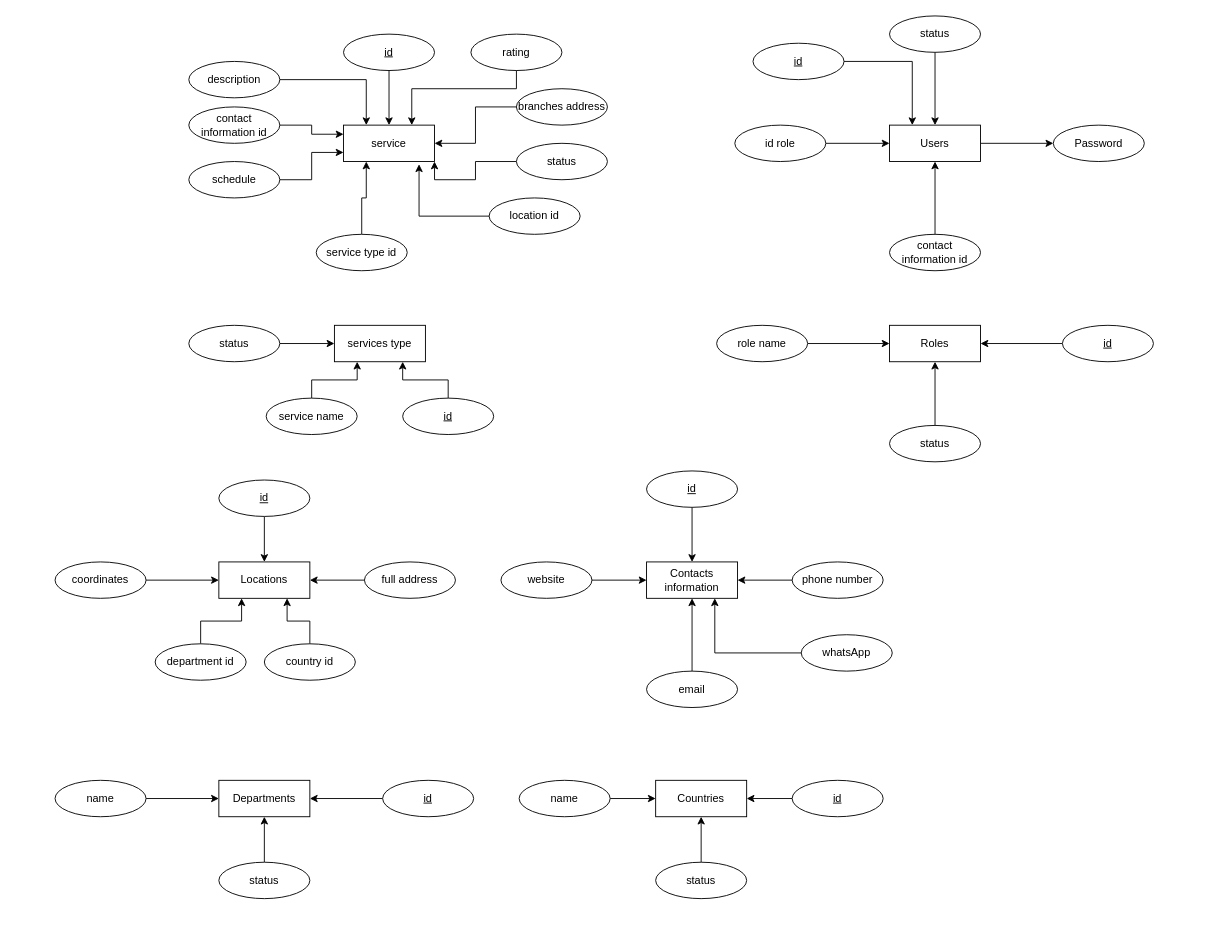
Before: caminoDiagrams/Untitled Diagram.drawio in DrDaxter/diagrams, a draw.io diagram. Source tidied: cells renumbered, new cells numbered last; positions are measured from the earlier drawing's top-left corner, leaving out a move shared by most shapes. Both pictures are drawn from the tidied source at 91%, with x=0, y=0 at pixel (55, 15).
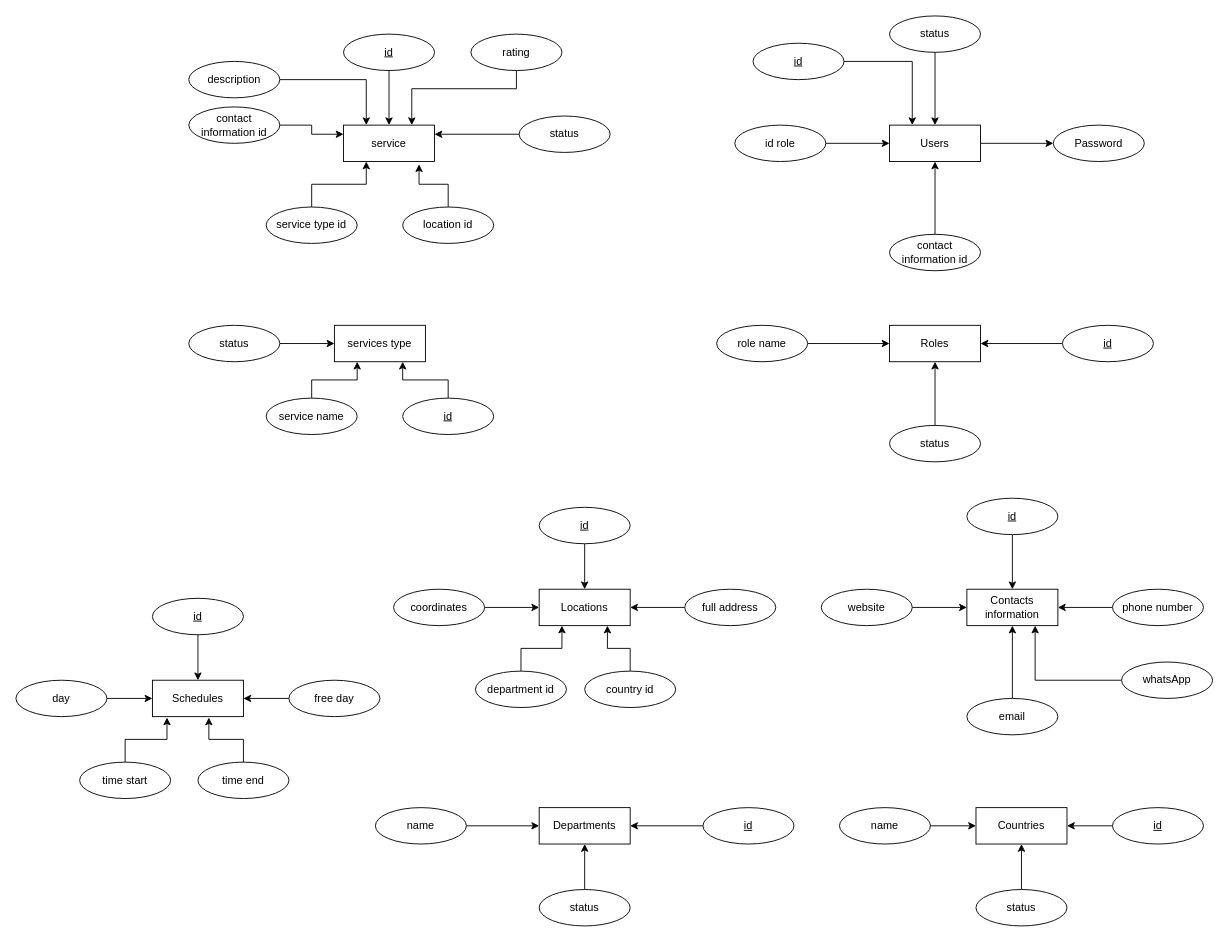
The same diagram, later.

The change refers to these unchanged cells:
```xml
<mxCell id="2" value="service" style="whiteSpace=wrap;html=1;align=center;" parent="1" vertex="1">
  <mxGeometry x="317" y="120" width="100" height="40" as="geometry" />
</mxCell>
```

The edit, as a diff of the source:
```diff
@@
-    <mxCell id="4" style="edgeStyle=orthogonalEdgeStyle;rounded=0;jettySize=auto;html=1;entryX=1;entryY=0.5;entryDx=0;entryDy=0;" parent="1" edge="1" source="5" target="2">
-      <mxGeometry relative="1" as="geometry" />
-    </mxCell>
-    <mxCell id="5" value="branches address" style="ellipse;whiteSpace=wrap;html=1;align=center;" parent="1" vertex="1">
-      <mxGeometry x="507" y="80" width="100" height="40" as="geometry" />
-    </mxCell>
@@
-    <mxCell id="10" style="edgeStyle=orthogonalEdgeStyle;rounded=0;jettySize=auto;html=1;entryX=0;entryY=0.75;entryDx=0;entryDy=0;" parent="1" edge="1" source="11" target="2">
-      <mxGeometry relative="1" as="geometry" />
-    </mxCell>
-    <mxCell id="11" value="schedule" style="ellipse;whiteSpace=wrap;html=1;align=center;" parent="1" vertex="1">
-      <mxGeometry x="147" y="160" width="100" height="40" as="geometry" />
-    </mxCell>
@@
     <mxCell id="21" value="location id" style="ellipse;whiteSpace=wrap;html=1;align=center;" parent="1" vertex="1">
-      <mxGeometry x="477" y="200" width="100" height="40" as="geometry" />
+      <mxGeometry x="382" y="210" width="100" height="40" as="geometry" />
     </mxCell>
@@
     <mxCell id="24" value="service type id" style="ellipse;whiteSpace=wrap;html=1;align=center;" parent="1" vertex="1">
-      <mxGeometry x="287" y="240" width="100" height="40" as="geometry" />
+      <mxGeometry x="232" y="210" width="100" height="40" as="geometry" />
     </mxCell>
-    <mxCell id="25" style="edgeStyle=orthogonalEdgeStyle;rounded=0;jettySize=auto;html=1;entryX=1;entryY=1;entryDx=0;entryDy=0;" parent="1" edge="1" source="26" target="2">
+    <mxCell id="25" style="edgeStyle=orthogonalEdgeStyle;rounded=0;jettySize=auto;html=1;entryX=1;entryY=0.25;entryDx=0;entryDy=0;" parent="1" edge="1" source="26" target="2">
       <mxGeometry relative="1" as="geometry" />
     </mxCell>
     <mxCell id="26" value="status" style="ellipse;whiteSpace=wrap;html=1;align=center;" parent="1" vertex="1">
-      <mxGeometry x="507" y="140" width="100" height="40" as="geometry" />
+      <mxGeometry x="510" y="110" width="100" height="40" as="geometry" />
     </mxCell>
@@
     <mxCell id="47" value="Contacts information" style="whiteSpace=wrap;html=1;align=center;" parent="1" vertex="1">
-      <mxGeometry x="650" y="600" width="100" height="40" as="geometry" />
+      <mxGeometry x="1002" y="630" width="100" height="40" as="geometry" />
     </mxCell>
@@
     <mxCell id="49" value="id" style="ellipse;whiteSpace=wrap;html=1;align=center;fontStyle=4;" parent="1" vertex="1">
-      <mxGeometry x="650" y="500" width="100" height="40" as="geometry" />
+      <mxGeometry x="1002" y="530" width="100" height="40" as="geometry" />
     </mxCell>
@@
     <mxCell id="51" value="email" style="ellipse;whiteSpace=wrap;html=1;align=center;" parent="1" vertex="1">
-      <mxGeometry x="650" y="720" width="100" height="40" as="geometry" />
+      <mxGeometry x="1002" y="750" width="100" height="40" as="geometry" />
     </mxCell>
@@
     <mxCell id="53" value="phone number" style="ellipse;whiteSpace=wrap;html=1;align=center;" parent="1" vertex="1">
-      <mxGeometry x="810" y="600" width="100" height="40" as="geometry" />
+      <mxGeometry x="1162" y="630" width="100" height="40" as="geometry" />
     </mxCell>
@@
     <mxCell id="55" value="whatsApp" style="ellipse;whiteSpace=wrap;html=1;align=center;" parent="1" vertex="1">
-      <mxGeometry x="820" y="680" width="100" height="40" as="geometry" />
+      <mxGeometry x="1172" y="710" width="100" height="40" as="geometry" />
     </mxCell>
@@
     <mxCell id="57" value="website" style="ellipse;whiteSpace=wrap;html=1;align=center;" parent="1" vertex="1">
-      <mxGeometry x="490" y="600" width="100" height="40" as="geometry" />
+      <mxGeometry x="842" y="630" width="100" height="40" as="geometry" />
     </mxCell>
     <mxCell id="58" value="Locations" style="whiteSpace=wrap;html=1;align=center;" parent="1" vertex="1">
-      <mxGeometry x="180" y="600" width="100" height="40" as="geometry" />
+      <mxGeometry x="532" y="630" width="100" height="40" as="geometry" />
     </mxCell>
@@
     <mxCell id="60" value="full address" style="ellipse;whiteSpace=wrap;html=1;align=center;" parent="1" vertex="1">
-      <mxGeometry x="340" y="600" width="100" height="40" as="geometry" />
+      <mxGeometry x="692" y="630" width="100" height="40" as="geometry" />
     </mxCell>
@@
     <mxCell id="62" value="id" style="ellipse;whiteSpace=wrap;html=1;align=center;fontStyle=4;" parent="1" vertex="1">
-      <mxGeometry x="180" y="510" width="100" height="40" as="geometry" />
+      <mxGeometry x="532" y="540" width="100" height="40" as="geometry" />
     </mxCell>
@@
     <mxCell id="64" value="coordinates" style="ellipse;whiteSpace=wrap;html=1;align=center;" parent="1" vertex="1">
-      <mxGeometry y="600" width="100" height="40" as="geometry" />
+      <mxGeometry x="372" y="630" width="100" height="40" as="geometry" />
     </mxCell>
@@
     <mxCell id="66" value="department id" style="ellipse;whiteSpace=wrap;html=1;align=center;" parent="1" vertex="1">
-      <mxGeometry x="110" y="690" width="100" height="40" as="geometry" />
+      <mxGeometry x="462" y="720" width="100" height="40" as="geometry" />
     </mxCell>
@@
     <mxCell id="68" value="country id" style="ellipse;whiteSpace=wrap;html=1;align=center;" parent="1" vertex="1">
-      <mxGeometry x="230" y="690" width="100" height="40" as="geometry" />
+      <mxGeometry x="582" y="720" width="100" height="40" as="geometry" />
     </mxCell>
     <mxCell id="69" value="Departments" style="whiteSpace=wrap;html=1;align=center;" parent="1" vertex="1">
-      <mxGeometry x="180" y="840" width="100" height="40" as="geometry" />
+      <mxGeometry x="532" y="870" width="100" height="40" as="geometry" />
     </mxCell>
@@
     <mxCell id="71" value="name" style="ellipse;whiteSpace=wrap;html=1;align=center;" parent="1" vertex="1">
-      <mxGeometry y="840" width="100" height="40" as="geometry" />
+      <mxGeometry x="352" y="870" width="100" height="40" as="geometry" />
     </mxCell>
@@
     <mxCell id="73" value="id" style="ellipse;whiteSpace=wrap;html=1;align=center;fontStyle=4;" parent="1" vertex="1">
-      <mxGeometry x="360" y="840" width="100" height="40" as="geometry" />
+      <mxGeometry x="712" y="870" width="100" height="40" as="geometry" />
     </mxCell>
@@
     <mxCell id="75" value="status" style="ellipse;whiteSpace=wrap;html=1;align=center;" parent="1" vertex="1">
-      <mxGeometry x="180" y="930" width="100" height="40" as="geometry" />
+      <mxGeometry x="532" y="960" width="100" height="40" as="geometry" />
     </mxCell>
     <mxCell id="76" value="Countries" style="whiteSpace=wrap;html=1;align=center;" parent="1" vertex="1">
-      <mxGeometry x="660" y="840" width="100" height="40" as="geometry" />
+      <mxGeometry x="1012" y="870" width="100" height="40" as="geometry" />
     </mxCell>
@@
     <mxCell id="78" value="name" style="ellipse;whiteSpace=wrap;html=1;align=center;" parent="1" vertex="1">
-      <mxGeometry x="510" y="840" width="100" height="40" as="geometry" />
+      <mxGeometry x="862" y="870" width="100" height="40" as="geometry" />
     </mxCell>
@@
     <mxCell id="80" value="status" style="ellipse;whiteSpace=wrap;html=1;align=center;" parent="1" vertex="1">
-      <mxGeometry x="660" y="930" width="100" height="40" as="geometry" />
+      <mxGeometry x="1012" y="960" width="100" height="40" as="geometry" />
     </mxCell>
@@
     <mxCell id="82" value="id" style="ellipse;whiteSpace=wrap;html=1;align=center;fontStyle=4;" parent="1" vertex="1">
-      <mxGeometry x="810" y="840" width="100" height="40" as="geometry" />
+      <mxGeometry x="1162" y="870" width="100" height="40" as="geometry" />
     </mxCell>
+    <mxCell id="83" value="Schedules" style="whiteSpace=wrap;html=1;align=center;" parent="1" vertex="1">
+      <mxGeometry x="107" y="730" width="100" height="40" as="geometry" />
+    </mxCell>
+    <mxCell id="84" style="edgeStyle=orthogonalEdgeStyle;rounded=0;jettySize=auto;html=1;entryX=0.5;entryY=0;entryDx=0;entryDy=0;" parent="1" edge="1" source="85" target="83">
+      <mxGeometry relative="1" as="geometry" />
+    </mxCell>
+    <mxCell id="85" value="id" style="ellipse;whiteSpace=wrap;html=1;align=center;fontStyle=4;" parent="1" vertex="1">
+      <mxGeometry x="107" y="640" width="100" height="40" as="geometry" />
+    </mxCell>
+    <mxCell id="86" style="edgeStyle=orthogonalEdgeStyle;rounded=0;jettySize=auto;html=1;" parent="1" edge="1" source="87" target="83">
+      <mxGeometry relative="1" as="geometry" />
+    </mxCell>
+    <mxCell id="87" value="day" style="ellipse;whiteSpace=wrap;html=1;align=center;" parent="1" vertex="1">
+      <mxGeometry x="-43" y="730" width="100" height="40" as="geometry" />
+    </mxCell>
+    <mxCell id="88" style="edgeStyle=orthogonalEdgeStyle;rounded=0;jettySize=auto;html=1;entryX=0.16;entryY=1.025;entryDx=0;entryDy=0;entryPerimeter=0;" parent="1" edge="1" source="89" target="83">
+      <mxGeometry relative="1" as="geometry" />
+    </mxCell>
+    <mxCell id="89" value="time start" style="ellipse;whiteSpace=wrap;html=1;align=center;" parent="1" vertex="1">
+      <mxGeometry x="27" y="820" width="100" height="40" as="geometry" />
+    </mxCell>
+    <mxCell id="90" style="edgeStyle=orthogonalEdgeStyle;rounded=0;jettySize=auto;html=1;entryX=0.62;entryY=1.025;entryDx=0;entryDy=0;entryPerimeter=0;" parent="1" edge="1" source="91" target="83">
+      <mxGeometry relative="1" as="geometry" />
+    </mxCell>
+    <mxCell id="91" value="time end" style="ellipse;whiteSpace=wrap;html=1;align=center;" parent="1" vertex="1">
+      <mxGeometry x="157" y="820" width="100" height="40" as="geometry" />
+    </mxCell>
+    <mxCell id="92" style="edgeStyle=orthogonalEdgeStyle;rounded=0;jettySize=auto;html=1;" parent="1" edge="1" source="93" target="83">
+      <mxGeometry relative="1" as="geometry" />
+    </mxCell>
+    <mxCell id="93" value="free day" style="ellipse;whiteSpace=wrap;html=1;align=center;" parent="1" vertex="1">
+      <mxGeometry x="257" y="730" width="100" height="40" as="geometry" />
+    </mxCell>
```
